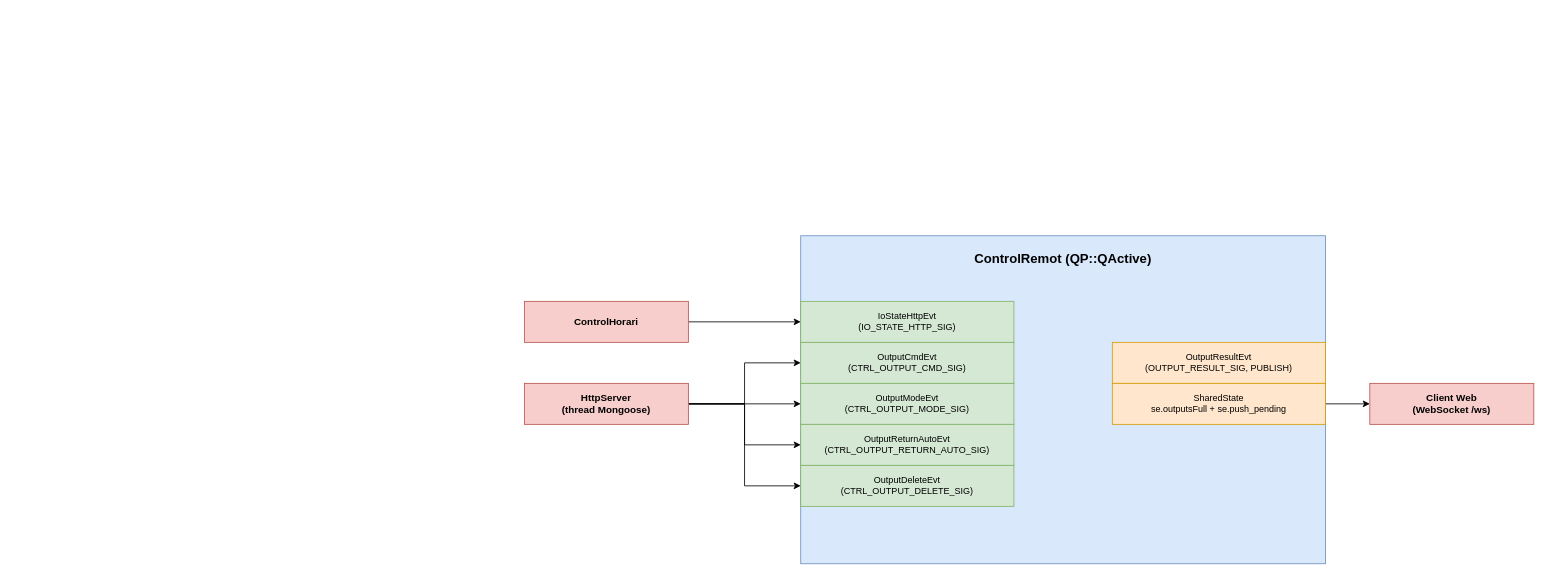
This is docs/ControlRemot.drawio from peperono/ControlSortides, a draw.io file, before an edit. Source tidied: cells renumbered, new cells numbered last; positions are measured from the earlier drawing's top-left corner, leaving out a move shared by most shapes. Both pictures are drawn from the tidied source at 82%, with x=0, y=0 at pixel (524, 235).
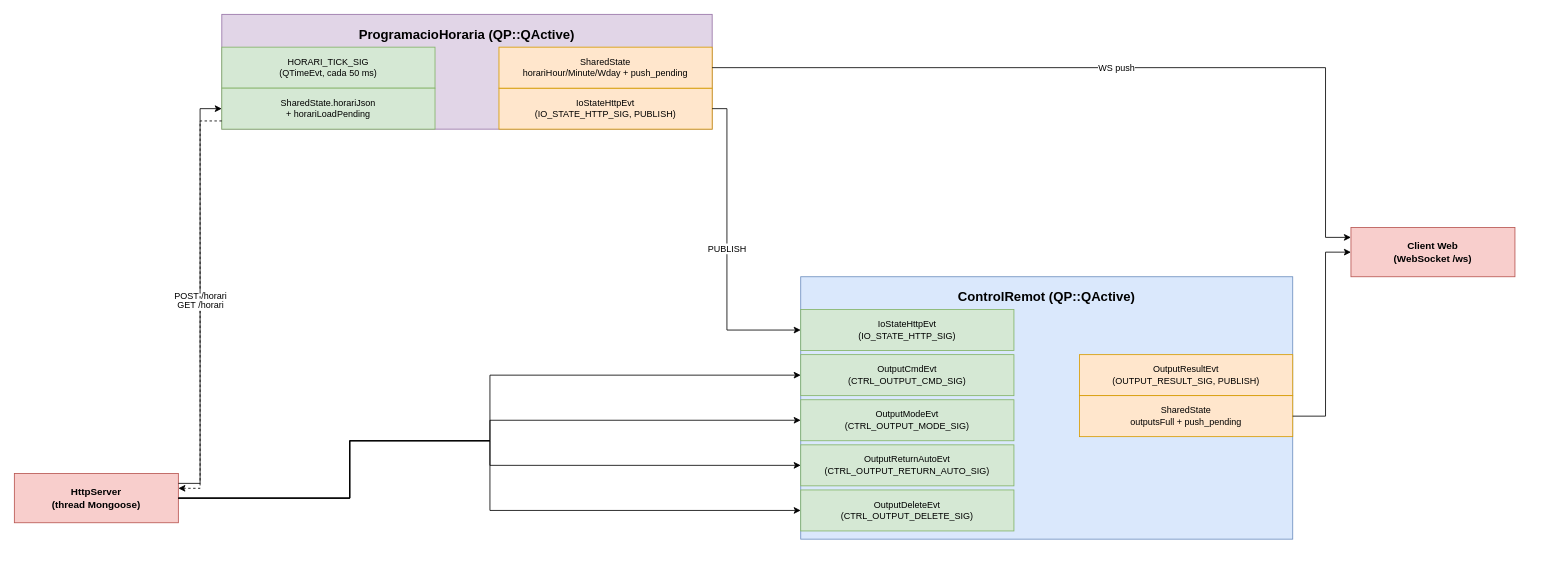
The same diagram, later.

The edit, as a diff of the source:
```diff
@@
-    <mxCell id="2" style="edgeStyle=orthogonalEdgeStyle;rounded=0;jettySize=auto;html=1;exitX=1;exitY=0.5;exitDx=0;exitDy=0;entryX=0;entryY=0.5;entryDx=0;entryDy=0;" parent="1" edge="1" source="6" target="10">
-      <mxGeometry relative="1" as="geometry" />
-    </mxCell>
-    <mxCell id="3" style="edgeStyle=orthogonalEdgeStyle;rounded=0;jettySize=auto;html=1;exitX=1;exitY=0.5;exitDx=0;exitDy=0;" parent="1" edge="1" source="6" target="11">
-      <mxGeometry relative="1" as="geometry" />
-    </mxCell>
-    <mxCell id="4" style="edgeStyle=orthogonalEdgeStyle;rounded=0;jettySize=auto;html=1;exitX=1;exitY=0.5;exitDx=0;exitDy=0;entryX=0;entryY=0.5;entryDx=0;entryDy=0;" parent="1" edge="1" source="6" target="12">
-      <mxGeometry relative="1" as="geometry" />
-    </mxCell>
-    <mxCell id="5" style="edgeStyle=orthogonalEdgeStyle;rounded=0;jettySize=auto;html=1;exitX=1;exitY=0.5;exitDx=0;exitDy=0;entryX=0;entryY=0.5;entryDx=0;entryDy=0;" parent="1" edge="1" source="6" target="13">
-      <mxGeometry relative="1" as="geometry" />
-    </mxCell>
     <mxCell id="6" value="HttpServer&#10;(thread Mongoose)" style="rounded=0;whiteSpace=wrap;html=1;fillColor=#f8cecc;strokeColor=#b85450;fontSize=12;fontStyle=1;" parent="1" vertex="1">
-      <mxGeometry y="180" width="200" height="50" as="geometry" />
+      <mxGeometry x="-622" y="290" width="200" height="60" as="geometry" />
     </mxCell>
     <mxCell id="7" value="Client Web&#10;(WebSocket /ws)" style="rounded=0;whiteSpace=wrap;html=1;fillColor=#f8cecc;strokeColor=#b85450;fontSize=12;fontStyle=1;" parent="1" vertex="1">
-      <mxGeometry x="1031" y="180" width="200" height="50" as="geometry" />
+      <mxGeometry x="1008" y="-10" width="200" height="60" as="geometry" />
     </mxCell>
+    <mxCell id="19" value="ProgramacioHoraria (QP::QActive)" style="rounded=0;whiteSpace=wrap;html=1;fillColor=#e1d5e7;strokeColor=#9673a6;fontSize=16;fontStyle=1;verticalAlign=top;spacingTop=8;" parent="1" vertex="1">
+      <mxGeometry x="-369" y="-270" width="598" height="140" as="geometry" />
+    </mxCell>
+    <mxCell id="20" value="HORARI_TICK_SIG&#10;(QTimeEvt, cada 50 ms)" style="rounded=0;whiteSpace=wrap;html=1;fillColor=#d5e8d4;strokeColor=#82b366;fontSize=11;" parent="1" vertex="1">
+      <mxGeometry x="-369" y="-230" width="260" height="50" as="geometry" />
+    </mxCell>
+    <mxCell id="21" value="SharedState.horariJson&#10;+ horariLoadPending" style="rounded=0;whiteSpace=wrap;html=1;fillColor=#d5e8d4;strokeColor=#82b366;fontSize=11;" parent="1" vertex="1">
+      <mxGeometry x="-369" y="-180" width="260" height="50" as="geometry" />
+    </mxCell>
+    <mxCell id="22" value="IoStateHttpEvt&#10;(IO_STATE_HTTP_SIG, PUBLISH)" style="rounded=0;whiteSpace=wrap;html=1;fillColor=#ffe6cc;strokeColor=#d79b00;fontSize=11;" parent="1" vertex="1">
+      <mxGeometry x="-31" y="-180" width="260" height="50" as="geometry" />
+    </mxCell>
+    <mxCell id="23" value="SharedState&#10;horariHour/Minute/Wday + push_pending" style="rounded=0;whiteSpace=wrap;html=1;fillColor=#ffe6cc;strokeColor=#d79b00;fontSize=11;" parent="1" vertex="1">
+      <mxGeometry x="-31" y="-230" width="260" height="50" as="geometry" />
+    </mxCell>
-    <mxCell id="8" value="ControlRemot (QP::QActive)" style="rounded=0;whiteSpace=wrap;html=1;fillColor=#dae8fc;strokeColor=#6c8ebf;fontSize=16;fontStyle=1;verticalAlign=top;spacingTop=12;" parent="1" vertex="1">
-      <mxGeometry x="337" width="640" height="400" as="geometry" />
+    <mxCell id="8" value="ControlRemot (QP::QActive)" style="rounded=0;whiteSpace=wrap;html=1;fillColor=#dae8fc;strokeColor=#6c8ebf;fontSize=16;fontStyle=1;verticalAlign=top;spacingTop=8;" parent="1" vertex="1">
+      <mxGeometry x="337" y="50" width="600" height="320" as="geometry" />
     </mxCell>
     <mxCell id="9" value="IoStateHttpEvt&#10;(IO_STATE_HTTP_SIG)" style="rounded=0;whiteSpace=wrap;html=1;fillColor=#d5e8d4;strokeColor=#82b366;fontSize=11;" parent="1" vertex="1">
-      <mxGeometry x="337" y="80" width="260" height="50" as="geometry" />
+      <mxGeometry x="337" y="90" width="260" height="50" as="geometry" />
     </mxCell>
     <mxCell id="10" value="OutputCmdEvt&#10;(CTRL_OUTPUT_CMD_SIG)" style="rounded=0;whiteSpace=wrap;html=1;fillColor=#d5e8d4;strokeColor=#82b366;fontSize=11;" parent="1" vertex="1">
-      <mxGeometry x="337" y="130" width="260" height="50" as="geometry" />
+      <mxGeometry x="337" y="145" width="260" height="50" as="geometry" />
     </mxCell>
     <mxCell id="11" value="OutputModeEvt&#10;(CTRL_OUTPUT_MODE_SIG)" style="rounded=0;whiteSpace=wrap;html=1;fillColor=#d5e8d4;strokeColor=#82b366;fontSize=11;" parent="1" vertex="1">
-      <mxGeometry x="337" y="180" width="260" height="50" as="geometry" />
+      <mxGeometry x="337" y="200" width="260" height="50" as="geometry" />
     </mxCell>
     <mxCell id="12" value="OutputReturnAutoEvt&#10;(CTRL_OUTPUT_RETURN_AUTO_SIG)" style="rounded=0;whiteSpace=wrap;html=1;fillColor=#d5e8d4;strokeColor=#82b366;fontSize=11;" parent="1" vertex="1">
-      <mxGeometry x="337" y="230" width="260" height="50" as="geometry" />
+      <mxGeometry x="337" y="255" width="260" height="50" as="geometry" />
     </mxCell>
     <mxCell id="13" value="OutputDeleteEvt&#10;(CTRL_OUTPUT_DELETE_SIG)" style="rounded=0;whiteSpace=wrap;html=1;fillColor=#d5e8d4;strokeColor=#82b366;fontSize=11;" parent="1" vertex="1">
-      <mxGeometry x="337" y="280" width="260" height="50" as="geometry" />
+      <mxGeometry x="337" y="310" width="260" height="50" as="geometry" />
     </mxCell>
     <mxCell id="14" value="OutputResultEvt&#10;(OUTPUT_RESULT_SIG, PUBLISH)" style="rounded=0;whiteSpace=wrap;html=1;fillColor=#ffe6cc;strokeColor=#d79b00;fontSize=11;" parent="1" vertex="1">
-      <mxGeometry x="717" y="130" width="260" height="50" as="geometry" />
+      <mxGeometry x="677" y="145" width="260" height="50" as="geometry" />
     </mxCell>
+    <mxCell id="16" value="SharedState&#10;outputsFull + push_pending" style="rounded=0;whiteSpace=wrap;html=1;fillColor=#ffe6cc;strokeColor=#d79b00;fontSize=11;" parent="1" vertex="1">
+      <mxGeometry x="677" y="195" width="260" height="50" as="geometry" />
+    </mxCell>
+    <mxCell id="2" style="edgeStyle=orthogonalEdgeStyle;rounded=0;html=1;exitX=1;exitY=0.5;entryX=0;entryY=0.5;" parent="1" edge="1" source="6" target="10">
+      <mxGeometry relative="1" as="geometry">
+        <Array as="points">
+          <mxPoint x="-213" y="320" />
+          <mxPoint x="-213" y="250" />
+          <mxPoint x="-42" y="250" />
+          <mxPoint x="-42" y="170" />
+        </Array>
+      </mxGeometry>
+    </mxCell>
+    <mxCell id="3" style="edgeStyle=orthogonalEdgeStyle;rounded=0;html=1;exitX=1;exitY=0.5;entryX=0;entryY=0.5;" parent="1" edge="1" source="6" target="11">
+      <mxGeometry relative="1" as="geometry">
+        <Array as="points">
+          <mxPoint x="-213" y="320" />
+          <mxPoint x="-213" y="250" />
+          <mxPoint x="-42" y="250" />
+          <mxPoint x="-42" y="225" />
+        </Array>
+      </mxGeometry>
+    </mxCell>
+    <mxCell id="4" style="edgeStyle=orthogonalEdgeStyle;rounded=0;html=1;exitX=1;exitY=0.5;entryX=0;entryY=0.5;" parent="1" edge="1" source="6" target="12">
+      <mxGeometry relative="1" as="geometry">
+        <Array as="points">
+          <mxPoint x="-213" y="320" />
+          <mxPoint x="-213" y="250" />
+          <mxPoint x="-42" y="250" />
+          <mxPoint x="-42" y="280" />
+        </Array>
+      </mxGeometry>
+    </mxCell>
+    <mxCell id="5" style="edgeStyle=orthogonalEdgeStyle;rounded=0;html=1;exitX=1;exitY=0.5;entryX=0;entryY=0.5;" parent="1" edge="1" source="6" target="13">
+      <mxGeometry relative="1" as="geometry">
+        <Array as="points">
+          <mxPoint x="-213" y="320" />
+          <mxPoint x="-213" y="250" />
+          <mxPoint x="-42" y="250" />
+          <mxPoint x="-42" y="335" />
+        </Array>
+      </mxGeometry>
+    </mxCell>
-    <mxCell id="15" style="edgeStyle=orthogonalEdgeStyle;rounded=0;jettySize=auto;html=1;exitX=1;exitY=0.5;exitDx=0;exitDy=0;entryX=0;entryY=0.5;entryDx=0;entryDy=0;" parent="1" edge="1" source="16" target="7">
-      <mxGeometry relative="1" as="geometry" />
+    <mxCell id="15" style="edgeStyle=orthogonalEdgeStyle;rounded=0;html=1;exitX=1;exitY=0.5;entryX=0;entryY=0.5;" parent="1" edge="1" source="16" target="7">
+      <mxGeometry relative="1" as="geometry">
+        <Array as="points">
+          <mxPoint x="977" y="220" />
+          <mxPoint x="977" y="20" />
+        </Array>
+      </mxGeometry>
     </mxCell>
-    <mxCell id="16" value="SharedState&#10;se.outputsFull + se.push_pending" style="rounded=0;whiteSpace=wrap;html=1;fillColor=#ffe6cc;strokeColor=#d79b00;fontSize=11;" parent="1" vertex="1">
-      <mxGeometry x="717" y="180" width="260" height="50" as="geometry" />
-    </mxCell>
-    <mxCell id="17" style="edgeStyle=orthogonalEdgeStyle;rounded=0;jettySize=auto;html=1;exitX=1;exitY=0.5;exitDx=0;exitDy=0;" parent="1" edge="1" source="18" target="9">
-      <mxGeometry relative="1" as="geometry" />
-    </mxCell>
-    <mxCell id="18" value="ControlHorari" style="rounded=0;whiteSpace=wrap;html=1;fillColor=#f8cecc;strokeColor=#b85450;fontSize=12;fontStyle=1;" parent="1" vertex="1">
-      <mxGeometry y="80" width="200" height="50" as="geometry" />
-    </mxCell>
+    <mxCell id="24" value="POST /horari" style="edgeStyle=orthogonalEdgeStyle;rounded=0;html=1;exitX=1;exitY=0.2;entryX=0;entryY=0.5;" parent="1" edge="1" source="6" target="21">
+      <mxGeometry relative="1" as="geometry" />
+    </mxCell>
+    <mxCell id="25" value="GET /horari" style="edgeStyle=orthogonalEdgeStyle;rounded=0;html=1;exitX=0;exitY=0.8;entryX=1;entryY=0.3;dashed=1;" parent="1" edge="1" source="21" target="6">
+      <mxGeometry relative="1" as="geometry" />
+    </mxCell>
+    <mxCell id="26" value="PUBLISH" style="edgeStyle=orthogonalEdgeStyle;rounded=0;html=1;exitX=1;exitY=0.5;entryX=0;entryY=0.5;entryDx=0;entryDy=0;" parent="1" edge="1" source="22" target="9">
+      <mxGeometry relative="1" as="geometry">
+        <Array as="points">
+          <mxPoint x="247" y="-155" />
+          <mxPoint x="247" y="115" />
+        </Array>
+      </mxGeometry>
+    </mxCell>
+    <mxCell id="27" value="WS push" style="edgeStyle=orthogonalEdgeStyle;rounded=0;html=1;exitX=1;exitY=0.5;entryX=0;entryY=0.2;" parent="1" edge="1" source="23" target="7">
+      <mxGeometry relative="1" as="geometry">
+        <Array as="points">
+          <mxPoint x="977" y="-205" />
+          <mxPoint x="977" y="2" />
+        </Array>
+      </mxGeometry>
+    </mxCell>
```
